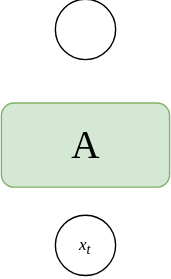
This is RNN.drawio.svg from master-fency/plot, a draw.io export, as it was before one commit. Source tidied: cells renumbered, new cells last; positions are measured from the earlier drawing's top-left corner, leaving out a move shared by most shapes. Its diagram source:
```xml
<mxGraphModel>
  <root>
    <mxCell id="0" />
    <mxCell id="1" parent="0" />
    <mxCell id="2" value="&lt;font face=&quot;Times New Roman&quot; style=&quot;font-size: 28px;&quot;&gt;A&lt;/font&gt;" style="rounded=1;whiteSpace=wrap;html=1;fillColor=#d5e8d4;strokeColor=#82b366;" parent="1" vertex="1">
      <mxGeometry y="74" width="120" height="60" as="geometry" />
    </mxCell>
    <mxCell id="3" style="ellipse;whiteSpace=wrap;html=1;shapeInside=1;" parent="1" vertex="1">
      <mxGeometry x="38.5" width="43" height="43" as="geometry" />
    </mxCell>
    <mxCell id="4" value="&lt;i&gt;&lt;font face=&quot;Times New Roman&quot;&gt;x&lt;sub&gt;t&lt;/sub&gt;&lt;/font&gt;&lt;/i&gt;" style="ellipse;whiteSpace=wrap;html=1;shapeInside=1;" parent="1" vertex="1">
      <mxGeometry x="38.5" y="154" width="43" height="43" as="geometry" />
    </mxCell>
  </root>
</mxGraphModel>
```
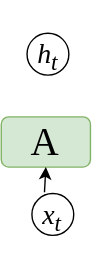
The same diagram one commit later.

What changed in the source:
```diff
@@ -3,13 +3,18 @@
     <mxCell id="0" />
     <mxCell id="1" parent="0" />
     <mxCell id="2" value="&lt;font face=&quot;Times New Roman&quot; style=&quot;font-size: 28px;&quot;&gt;A&lt;/font&gt;" style="rounded=1;whiteSpace=wrap;html=1;fillColor=#d5e8d4;strokeColor=#82b366;" parent="1" vertex="1">
-      <mxGeometry y="74" width="120" height="60" as="geometry" />
+      <mxGeometry x="30" y="101" width="64" height="36" as="geometry" />
     </mxCell>
-    <mxCell id="3" style="ellipse;whiteSpace=wrap;html=1;shapeInside=1;" parent="1" vertex="1">
-      <mxGeometry x="38.5" width="43" height="43" as="geometry" />
-    </mxCell>
+    <mxCell id="5" style="edgeStyle=orthogonalEdgeStyle;rounded=0;jettySize=auto;html=1;exitX=0.5;exitY=0;exitDx=0;exitDy=0;entryX=0.5;entryY=1;entryDx=0;entryDy=0;" parent="1" edge="1" target="2">
+      <mxGeometry relative="1" as="geometry">
+        <mxPoint x="61" y="155" as="sourcePoint" />
+      </mxGeometry>
+    </mxCell>
+    <mxCell id="6" value="&lt;font face=&quot;Times New Roman&quot;&gt;&lt;span style=&quot;font-size: 20px;&quot;&gt;&lt;i&gt;h&lt;sub&gt;t&lt;/sub&gt;&lt;/i&gt;&lt;/span&gt;&lt;/font&gt;" style="ellipse;whiteSpace=wrap;html=1;shapeInside=1;" parent="1" vertex="1">
+      <mxGeometry x="48.5" y="41" width="30" height="30" as="geometry" />
+    </mxCell>
-    <mxCell id="4" value="&lt;i&gt;&lt;font face=&quot;Times New Roman&quot;&gt;x&lt;sub&gt;t&lt;/sub&gt;&lt;/font&gt;&lt;/i&gt;" style="ellipse;whiteSpace=wrap;html=1;shapeInside=1;" parent="1" vertex="1">
-      <mxGeometry x="38.5" y="154" width="43" height="43" as="geometry" />
+    <mxCell id="4" value="&lt;font face=&quot;Times New Roman&quot;&gt;&lt;span style=&quot;font-size: 20px;&quot;&gt;&lt;i&gt;x&lt;sub&gt;t&lt;/sub&gt;&lt;/i&gt;&lt;/span&gt;&lt;/font&gt;" style="ellipse;whiteSpace=wrap;html=1;shapeInside=1;" parent="1" vertex="1">
+      <mxGeometry x="52" y="156" width="30" height="30" as="geometry" />
     </mxCell>
   </root>
 </mxGraphModel>
```
